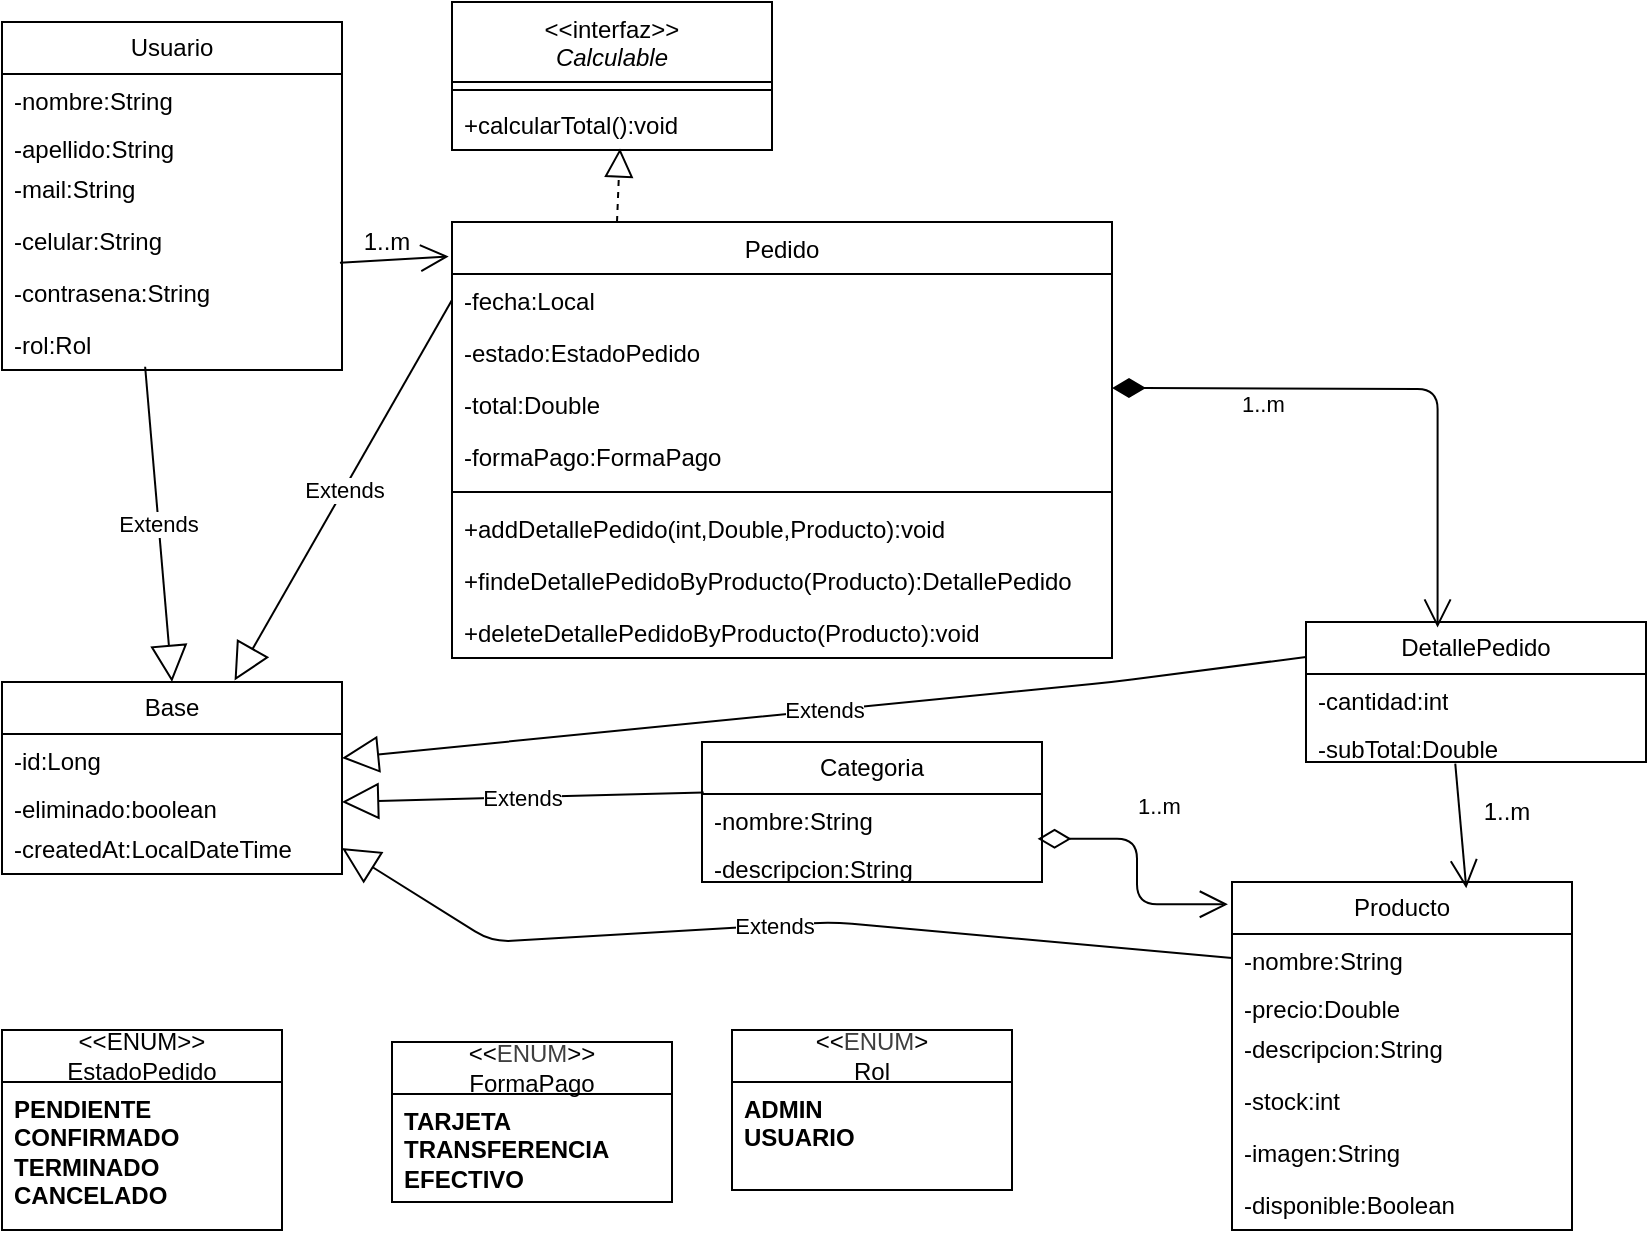
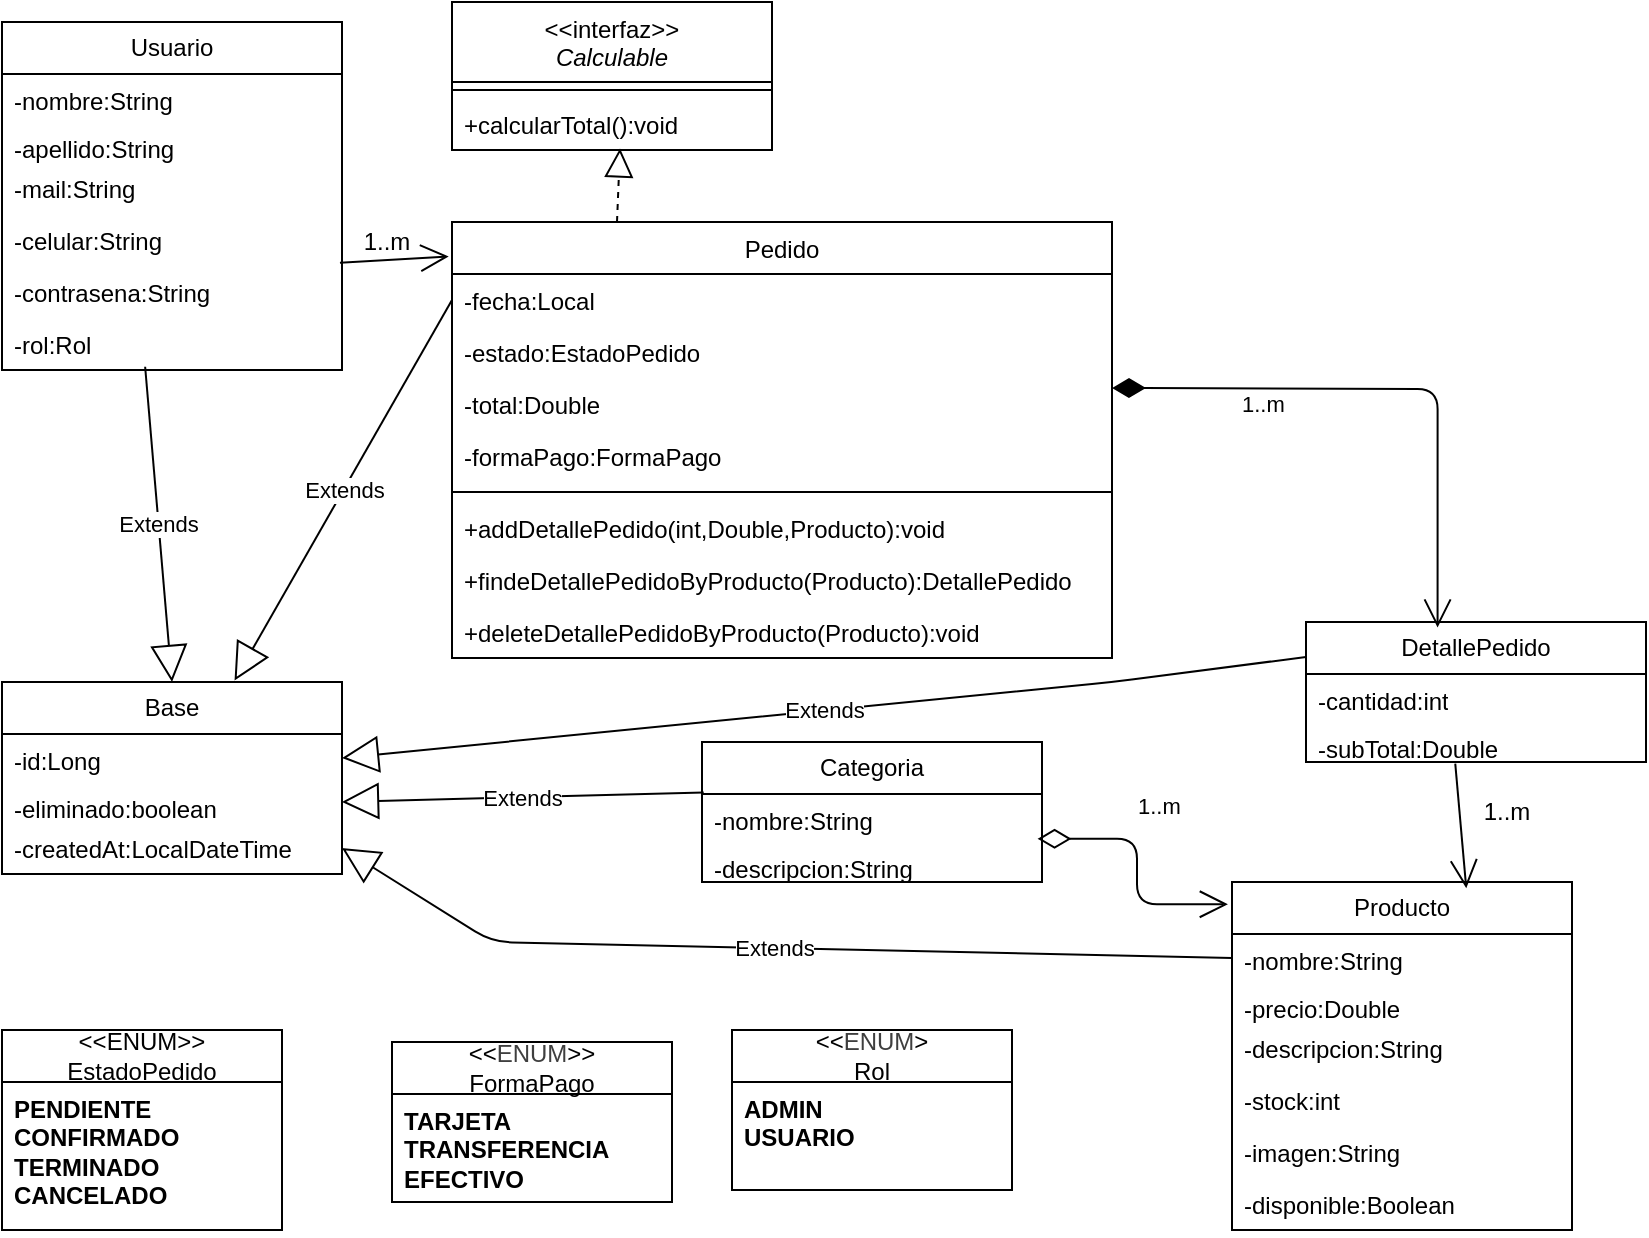
<mxfile host="65bd71144e">
    <diagram id="mtjpDt5A6dJDkVU9MITc" name="Página-1">
-         <mxGraphModel dx="1072" dy="563" grid="1" gridSize="10" guides="1" tooltips="1" connect="1" arrows="1" fold="1" page="1" pageScale="1" pageWidth="827" pageHeight="1169" math="0" shadow="0">
+         <mxGraphModel dx="913" dy="563" grid="1" gridSize="10" guides="1" tooltips="1" connect="1" arrows="1" fold="1" page="1" pageScale="1" pageWidth="827" pageHeight="1169" math="0" shadow="0">
            <root>
                <mxCell id="0"/>
                <mxCell id="1" parent="0"/>
-                 <mxCell id="5" value="&lt;div&gt;&amp;lt;&amp;lt;ENUM&amp;gt;&amp;gt;&lt;/div&gt;EstadoPedido" style="swimlane;fontStyle=0;childLayout=stackLayout;horizontal=1;startSize=26;fillColor=none;horizontalStack=0;resizeParent=1;resizeParentMax=0;resizeLast=0;collapsible=1;marginBottom=0;whiteSpace=wrap;html=1;" vertex="1" parent="1">
+                 <mxCell id="5" value="&lt;div&gt;&amp;lt;&amp;lt;ENUM&amp;gt;&amp;gt;&lt;/div&gt;EstadoPedido" style="swimlane;fontStyle=0;childLayout=stackLayout;horizontal=1;startSize=26;fillColor=none;horizontalStack=0;resizeParent=1;resizeParentMax=0;resizeLast=0;collapsible=1;marginBottom=0;whiteSpace=wrap;html=1;" parent="1" vertex="1">
                    <mxGeometry x="5" y="514" width="140" height="100" as="geometry"/>
                </mxCell>
-                 <mxCell id="6" value="&lt;b&gt;PENDIENTE&lt;/b&gt;&lt;div&gt;&lt;b&gt;CONFIRMADO&lt;/b&gt;&lt;/div&gt;&lt;div&gt;&lt;b&gt;TERMINADO&lt;/b&gt;&lt;/div&gt;&lt;div&gt;&lt;b&gt;CANCELADO&lt;/b&gt;&lt;/div&gt;" style="text;strokeColor=none;fillColor=none;align=left;verticalAlign=top;spacingLeft=4;spacingRight=4;overflow=hidden;rotatable=0;points=[[0,0.5],[1,0.5]];portConstraint=eastwest;whiteSpace=wrap;html=1;" vertex="1" parent="5">
+                 <mxCell id="6" value="&lt;b&gt;PENDIENTE&lt;/b&gt;&lt;div&gt;&lt;b&gt;CONFIRMADO&lt;/b&gt;&lt;/div&gt;&lt;div&gt;&lt;b&gt;TERMINADO&lt;/b&gt;&lt;/div&gt;&lt;div&gt;&lt;b&gt;CANCELADO&lt;/b&gt;&lt;/div&gt;" style="text;strokeColor=none;fillColor=none;align=left;verticalAlign=top;spacingLeft=4;spacingRight=4;overflow=hidden;rotatable=0;points=[[0,0.5],[1,0.5]];portConstraint=eastwest;whiteSpace=wrap;html=1;" parent="5" vertex="1">
                    <mxGeometry y="26" width="140" height="74" as="geometry"/>
                </mxCell>
-                 <mxCell id="9" value="&lt;div&gt;&amp;lt;&amp;lt;&lt;span style=&quot;color: rgb(63, 63, 63);&quot;&gt;ENUM&lt;/span&gt;&amp;gt;&amp;gt;&lt;/div&gt;FormaPago" style="swimlane;fontStyle=0;childLayout=stackLayout;horizontal=1;startSize=26;fillColor=none;horizontalStack=0;resizeParent=1;resizeParentMax=0;resizeLast=0;collapsible=1;marginBottom=0;whiteSpace=wrap;html=1;" vertex="1" parent="1">
+                 <mxCell id="9" value="&lt;div&gt;&amp;lt;&amp;lt;&lt;span style=&quot;color: rgb(63, 63, 63);&quot;&gt;ENUM&lt;/span&gt;&amp;gt;&amp;gt;&lt;/div&gt;FormaPago" style="swimlane;fontStyle=0;childLayout=stackLayout;horizontal=1;startSize=26;fillColor=none;horizontalStack=0;resizeParent=1;resizeParentMax=0;resizeLast=0;collapsible=1;marginBottom=0;whiteSpace=wrap;html=1;" parent="1" vertex="1">
                    <mxGeometry x="200" y="520" width="140" height="80" as="geometry"/>
                </mxCell>
-                 <mxCell id="10" value="&lt;b&gt;TARJETA&lt;/b&gt;&lt;div&gt;&lt;b&gt;TRANSFERENCIA&lt;/b&gt;&lt;/div&gt;&lt;div&gt;&lt;b&gt;EFECTIVO&lt;/b&gt;&lt;/div&gt;" style="text;strokeColor=none;fillColor=none;align=left;verticalAlign=top;spacingLeft=4;spacingRight=4;overflow=hidden;rotatable=0;points=[[0,0.5],[1,0.5]];portConstraint=eastwest;whiteSpace=wrap;html=1;" vertex="1" parent="9">
+                 <mxCell id="10" value="&lt;b&gt;TARJETA&lt;/b&gt;&lt;div&gt;&lt;b&gt;TRANSFERENCIA&lt;/b&gt;&lt;/div&gt;&lt;div&gt;&lt;b&gt;EFECTIVO&lt;/b&gt;&lt;/div&gt;" style="text;strokeColor=none;fillColor=none;align=left;verticalAlign=top;spacingLeft=4;spacingRight=4;overflow=hidden;rotatable=0;points=[[0,0.5],[1,0.5]];portConstraint=eastwest;whiteSpace=wrap;html=1;" parent="9" vertex="1">
                    <mxGeometry y="26" width="140" height="54" as="geometry"/>
                </mxCell>
-                 <mxCell id="11" value="&lt;div&gt;&amp;lt;&amp;lt;&lt;span style=&quot;color: rgb(63, 63, 63);&quot;&gt;ENUM&lt;/span&gt;&amp;gt;&lt;/div&gt;Rol" style="swimlane;fontStyle=0;childLayout=stackLayout;horizontal=1;startSize=26;fillColor=none;horizontalStack=0;resizeParent=1;resizeParentMax=0;resizeLast=0;collapsible=1;marginBottom=0;whiteSpace=wrap;html=1;" vertex="1" parent="1">
+                 <mxCell id="11" value="&lt;div&gt;&amp;lt;&amp;lt;&lt;span style=&quot;color: rgb(63, 63, 63);&quot;&gt;ENUM&lt;/span&gt;&amp;gt;&lt;/div&gt;Rol" style="swimlane;fontStyle=0;childLayout=stackLayout;horizontal=1;startSize=26;fillColor=none;horizontalStack=0;resizeParent=1;resizeParentMax=0;resizeLast=0;collapsible=1;marginBottom=0;whiteSpace=wrap;html=1;" parent="1" vertex="1">
                    <mxGeometry x="370" y="514" width="140" height="80" as="geometry"/>
                </mxCell>
-                 <mxCell id="12" value="&lt;b&gt;ADMIN&lt;/b&gt;&lt;div&gt;&lt;b&gt;USUARIO&lt;/b&gt;&lt;/div&gt;" style="text;strokeColor=none;fillColor=none;align=left;verticalAlign=top;spacingLeft=4;spacingRight=4;overflow=hidden;rotatable=0;points=[[0,0.5],[1,0.5]];portConstraint=eastwest;whiteSpace=wrap;html=1;" vertex="1" parent="11">
+                 <mxCell id="12" value="&lt;b&gt;ADMIN&lt;/b&gt;&lt;div&gt;&lt;b&gt;USUARIO&lt;/b&gt;&lt;/div&gt;" style="text;strokeColor=none;fillColor=none;align=left;verticalAlign=top;spacingLeft=4;spacingRight=4;overflow=hidden;rotatable=0;points=[[0,0.5],[1,0.5]];portConstraint=eastwest;whiteSpace=wrap;html=1;" parent="11" vertex="1">
                    <mxGeometry y="26" width="140" height="54" as="geometry"/>
                </mxCell>
-                 <mxCell id="14" value="&lt;div&gt;&lt;span style=&quot;font-weight: normal;&quot;&gt;&amp;lt;&amp;lt;interfaz&amp;gt;&amp;gt;&lt;/span&gt;&lt;/div&gt;&lt;span style=&quot;font-weight: normal;&quot;&gt;&lt;i&gt;Calculable&lt;/i&gt;&lt;/span&gt;" style="swimlane;fontStyle=1;align=center;verticalAlign=top;childLayout=stackLayout;horizontal=1;startSize=40;horizontalStack=0;resizeParent=1;resizeParentMax=0;resizeLast=0;collapsible=1;marginBottom=0;whiteSpace=wrap;html=1;" vertex="1" parent="1">
+                 <mxCell id="14" value="&lt;div&gt;&lt;span style=&quot;font-weight: normal;&quot;&gt;&amp;lt;&amp;lt;interfaz&amp;gt;&amp;gt;&lt;/span&gt;&lt;/div&gt;&lt;span style=&quot;font-weight: normal;&quot;&gt;&lt;i&gt;Calculable&lt;/i&gt;&lt;/span&gt;" style="swimlane;fontStyle=1;align=center;verticalAlign=top;childLayout=stackLayout;horizontal=1;startSize=40;horizontalStack=0;resizeParent=1;resizeParentMax=0;resizeLast=0;collapsible=1;marginBottom=0;whiteSpace=wrap;html=1;" parent="1" vertex="1">
                    <mxGeometry x="230" width="160" height="74" as="geometry"/>
                </mxCell>
-                 <mxCell id="16" value="" style="line;strokeWidth=1;fillColor=none;align=left;verticalAlign=middle;spacingTop=-1;spacingLeft=3;spacingRight=3;rotatable=0;labelPosition=right;points=[];portConstraint=eastwest;strokeColor=inherit;" vertex="1" parent="14">
+                 <mxCell id="16" value="" style="line;strokeWidth=1;fillColor=none;align=left;verticalAlign=middle;spacingTop=-1;spacingLeft=3;spacingRight=3;rotatable=0;labelPosition=right;points=[];portConstraint=eastwest;strokeColor=inherit;" parent="14" vertex="1">
                    <mxGeometry y="40" width="160" height="8" as="geometry"/>
                </mxCell>
-                 <mxCell id="17" value="+calcularTotal():void" style="text;strokeColor=none;fillColor=none;align=left;verticalAlign=top;spacingLeft=4;spacingRight=4;overflow=hidden;rotatable=0;points=[[0,0.5],[1,0.5]];portConstraint=eastwest;whiteSpace=wrap;html=1;" vertex="1" parent="14">
+                 <mxCell id="17" value="+calcularTotal():void" style="text;strokeColor=none;fillColor=none;align=left;verticalAlign=top;spacingLeft=4;spacingRight=4;overflow=hidden;rotatable=0;points=[[0,0.5],[1,0.5]];portConstraint=eastwest;whiteSpace=wrap;html=1;" parent="14" vertex="1">
                    <mxGeometry y="48" width="160" height="26" as="geometry"/>
                </mxCell>
-                 <mxCell id="18" value="Base" style="swimlane;fontStyle=0;childLayout=stackLayout;horizontal=1;startSize=26;fillColor=none;horizontalStack=0;resizeParent=1;resizeParentMax=0;resizeLast=0;collapsible=1;marginBottom=0;whiteSpace=wrap;html=1;" vertex="1" parent="1">
+                 <mxCell id="18" value="Base" style="swimlane;fontStyle=0;childLayout=stackLayout;horizontal=1;startSize=26;fillColor=none;horizontalStack=0;resizeParent=1;resizeParentMax=0;resizeLast=0;collapsible=1;marginBottom=0;whiteSpace=wrap;html=1;" parent="1" vertex="1">
                    <mxGeometry x="5" y="340" width="170" height="96" as="geometry"/>
                </mxCell>
-                 <mxCell id="19" value="-id:Long" style="text;strokeColor=none;fillColor=none;align=left;verticalAlign=top;spacingLeft=4;spacingRight=4;overflow=hidden;rotatable=0;points=[[0,0.5],[1,0.5]];portConstraint=eastwest;whiteSpace=wrap;html=1;" vertex="1" parent="18">
-                     <mxGeometry y="26" width="170" height="24" as="geometry"/>
-                 </mxCell>
-                 <mxCell id="20" value="-eliminado:boolean" style="text;strokeColor=none;fillColor=none;align=left;verticalAlign=top;spacingLeft=4;spacingRight=4;overflow=hidden;rotatable=0;points=[[0,0.5],[1,0.5]];portConstraint=eastwest;whiteSpace=wrap;html=1;" vertex="1" parent="18">
-                     <mxGeometry y="50" width="170" height="20" as="geometry"/>
-                 </mxCell>
-                 <mxCell id="21" value="-createdAt:LocalDateTime" style="text;strokeColor=none;fillColor=none;align=left;verticalAlign=top;spacingLeft=4;spacingRight=4;overflow=hidden;rotatable=0;points=[[0,0.5],[1,0.5]];portConstraint=eastwest;whiteSpace=wrap;html=1;" vertex="1" parent="18">
+                 <mxCell id="19" value="-id:Long" style="text;strokeColor=none;fillColor=none;align=left;verticalAlign=top;spacingLeft=4;spacingRight=4;overflow=hidden;rotatable=0;points=[[0,0.5],[1,0.5]];portConstraint=eastwest;whiteSpace=wrap;html=1;" parent="18" vertex="1">
+                     <mxGeometry y="26" width="170" height="24" as="geometry"/>
+                 </mxCell>
+                 <mxCell id="20" value="-eliminado:boolean" style="text;strokeColor=none;fillColor=none;align=left;verticalAlign=top;spacingLeft=4;spacingRight=4;overflow=hidden;rotatable=0;points=[[0,0.5],[1,0.5]];portConstraint=eastwest;whiteSpace=wrap;html=1;" parent="18" vertex="1">
+                     <mxGeometry y="50" width="170" height="20" as="geometry"/>
+                 </mxCell>
+                 <mxCell id="21" value="-createdAt:LocalDateTime" style="text;strokeColor=none;fillColor=none;align=left;verticalAlign=top;spacingLeft=4;spacingRight=4;overflow=hidden;rotatable=0;points=[[0,0.5],[1,0.5]];portConstraint=eastwest;whiteSpace=wrap;html=1;" parent="18" vertex="1">
                    <mxGeometry y="70" width="170" height="26" as="geometry"/>
                </mxCell>
-                 <mxCell id="22" value="Categoria" style="swimlane;fontStyle=0;childLayout=stackLayout;horizontal=1;startSize=26;fillColor=none;horizontalStack=0;resizeParent=1;resizeParentMax=0;resizeLast=0;collapsible=1;marginBottom=0;whiteSpace=wrap;html=1;" vertex="1" parent="1">
+                 <mxCell id="22" value="Categoria" style="swimlane;fontStyle=0;childLayout=stackLayout;horizontal=1;startSize=26;fillColor=none;horizontalStack=0;resizeParent=1;resizeParentMax=0;resizeLast=0;collapsible=1;marginBottom=0;whiteSpace=wrap;html=1;" parent="1" vertex="1">
                    <mxGeometry x="355" y="370" width="170" height="70" as="geometry"/>
                </mxCell>
-                 <mxCell id="23" value="-nombre:String" style="text;strokeColor=none;fillColor=none;align=left;verticalAlign=top;spacingLeft=4;spacingRight=4;overflow=hidden;rotatable=0;points=[[0,0.5],[1,0.5]];portConstraint=eastwest;whiteSpace=wrap;html=1;" vertex="1" parent="22">
-                     <mxGeometry y="26" width="170" height="24" as="geometry"/>
-                 </mxCell>
-                 <mxCell id="24" value="-descripcion:String" style="text;strokeColor=none;fillColor=none;align=left;verticalAlign=top;spacingLeft=4;spacingRight=4;overflow=hidden;rotatable=0;points=[[0,0.5],[1,0.5]];portConstraint=eastwest;whiteSpace=wrap;html=1;" vertex="1" parent="22">
-                     <mxGeometry y="50" width="170" height="20" as="geometry"/>
-                 </mxCell>
-                 <mxCell id="26" value="Usuario" style="swimlane;fontStyle=0;childLayout=stackLayout;horizontal=1;startSize=26;fillColor=none;horizontalStack=0;resizeParent=1;resizeParentMax=0;resizeLast=0;collapsible=1;marginBottom=0;whiteSpace=wrap;html=1;" vertex="1" parent="1">
+                 <mxCell id="23" value="-nombre:String" style="text;strokeColor=none;fillColor=none;align=left;verticalAlign=top;spacingLeft=4;spacingRight=4;overflow=hidden;rotatable=0;points=[[0,0.5],[1,0.5]];portConstraint=eastwest;whiteSpace=wrap;html=1;" parent="22" vertex="1">
+                     <mxGeometry y="26" width="170" height="24" as="geometry"/>
+                 </mxCell>
+                 <mxCell id="24" value="-descripcion:String" style="text;strokeColor=none;fillColor=none;align=left;verticalAlign=top;spacingLeft=4;spacingRight=4;overflow=hidden;rotatable=0;points=[[0,0.5],[1,0.5]];portConstraint=eastwest;whiteSpace=wrap;html=1;" parent="22" vertex="1">
+                     <mxGeometry y="50" width="170" height="20" as="geometry"/>
+                 </mxCell>
+                 <mxCell id="26" value="Usuario" style="swimlane;fontStyle=0;childLayout=stackLayout;horizontal=1;startSize=26;fillColor=none;horizontalStack=0;resizeParent=1;resizeParentMax=0;resizeLast=0;collapsible=1;marginBottom=0;whiteSpace=wrap;html=1;" parent="1" vertex="1">
                    <mxGeometry x="5" y="10" width="170" height="174" as="geometry"/>
                </mxCell>
-                 <mxCell id="27" value="-nombre:String" style="text;strokeColor=none;fillColor=none;align=left;verticalAlign=top;spacingLeft=4;spacingRight=4;overflow=hidden;rotatable=0;points=[[0,0.5],[1,0.5]];portConstraint=eastwest;whiteSpace=wrap;html=1;" vertex="1" parent="26">
-                     <mxGeometry y="26" width="170" height="24" as="geometry"/>
-                 </mxCell>
-                 <mxCell id="28" value="-apellido:String" style="text;strokeColor=none;fillColor=none;align=left;verticalAlign=top;spacingLeft=4;spacingRight=4;overflow=hidden;rotatable=0;points=[[0,0.5],[1,0.5]];portConstraint=eastwest;whiteSpace=wrap;html=1;" vertex="1" parent="26">
-                     <mxGeometry y="50" width="170" height="20" as="geometry"/>
-                 </mxCell>
-                 <mxCell id="29" value="-mail:String" style="text;strokeColor=none;fillColor=none;align=left;verticalAlign=top;spacingLeft=4;spacingRight=4;overflow=hidden;rotatable=0;points=[[0,0.5],[1,0.5]];portConstraint=eastwest;whiteSpace=wrap;html=1;" vertex="1" parent="26">
+                 <mxCell id="27" value="-nombre:String" style="text;strokeColor=none;fillColor=none;align=left;verticalAlign=top;spacingLeft=4;spacingRight=4;overflow=hidden;rotatable=0;points=[[0,0.5],[1,0.5]];portConstraint=eastwest;whiteSpace=wrap;html=1;" parent="26" vertex="1">
+                     <mxGeometry y="26" width="170" height="24" as="geometry"/>
+                 </mxCell>
+                 <mxCell id="28" value="-apellido:String" style="text;strokeColor=none;fillColor=none;align=left;verticalAlign=top;spacingLeft=4;spacingRight=4;overflow=hidden;rotatable=0;points=[[0,0.5],[1,0.5]];portConstraint=eastwest;whiteSpace=wrap;html=1;" parent="26" vertex="1">
+                     <mxGeometry y="50" width="170" height="20" as="geometry"/>
+                 </mxCell>
+                 <mxCell id="29" value="-mail:String" style="text;strokeColor=none;fillColor=none;align=left;verticalAlign=top;spacingLeft=4;spacingRight=4;overflow=hidden;rotatable=0;points=[[0,0.5],[1,0.5]];portConstraint=eastwest;whiteSpace=wrap;html=1;" parent="26" vertex="1">
                    <mxGeometry y="70" width="170" height="26" as="geometry"/>
                </mxCell>
-                 <mxCell id="30" value="-celular:String" style="text;strokeColor=none;fillColor=none;align=left;verticalAlign=top;spacingLeft=4;spacingRight=4;overflow=hidden;rotatable=0;points=[[0,0.5],[1,0.5]];portConstraint=eastwest;whiteSpace=wrap;html=1;" vertex="1" parent="26">
+                 <mxCell id="30" value="-celular:String" style="text;strokeColor=none;fillColor=none;align=left;verticalAlign=top;spacingLeft=4;spacingRight=4;overflow=hidden;rotatable=0;points=[[0,0.5],[1,0.5]];portConstraint=eastwest;whiteSpace=wrap;html=1;" parent="26" vertex="1">
                    <mxGeometry y="96" width="170" height="26" as="geometry"/>
                </mxCell>
-                 <mxCell id="31" value="-contrasena:String" style="text;strokeColor=none;fillColor=none;align=left;verticalAlign=top;spacingLeft=4;spacingRight=4;overflow=hidden;rotatable=0;points=[[0,0.5],[1,0.5]];portConstraint=eastwest;whiteSpace=wrap;html=1;" vertex="1" parent="26">
+                 <mxCell id="31" value="-contrasena:String" style="text;strokeColor=none;fillColor=none;align=left;verticalAlign=top;spacingLeft=4;spacingRight=4;overflow=hidden;rotatable=0;points=[[0,0.5],[1,0.5]];portConstraint=eastwest;whiteSpace=wrap;html=1;" parent="26" vertex="1">
                    <mxGeometry y="122" width="170" height="26" as="geometry"/>
                </mxCell>
-                 <mxCell id="32" value="-rol:Rol" style="text;strokeColor=none;fillColor=none;align=left;verticalAlign=top;spacingLeft=4;spacingRight=4;overflow=hidden;rotatable=0;points=[[0,0.5],[1,0.5]];portConstraint=eastwest;whiteSpace=wrap;html=1;" vertex="1" parent="26">
+                 <mxCell id="32" value="-rol:Rol" style="text;strokeColor=none;fillColor=none;align=left;verticalAlign=top;spacingLeft=4;spacingRight=4;overflow=hidden;rotatable=0;points=[[0,0.5],[1,0.5]];portConstraint=eastwest;whiteSpace=wrap;html=1;" parent="26" vertex="1">
                    <mxGeometry y="148" width="170" height="26" as="geometry"/>
                </mxCell>
-                 <mxCell id="33" value="Producto" style="swimlane;fontStyle=0;childLayout=stackLayout;horizontal=1;startSize=26;fillColor=none;horizontalStack=0;resizeParent=1;resizeParentMax=0;resizeLast=0;collapsible=1;marginBottom=0;whiteSpace=wrap;html=1;" vertex="1" parent="1">
+                 <mxCell id="33" value="Producto" style="swimlane;fontStyle=0;childLayout=stackLayout;horizontal=1;startSize=26;fillColor=none;horizontalStack=0;resizeParent=1;resizeParentMax=0;resizeLast=0;collapsible=1;marginBottom=0;whiteSpace=wrap;html=1;" parent="1" vertex="1">
                    <mxGeometry x="620" y="440" width="170" height="174" as="geometry"/>
                </mxCell>
-                 <mxCell id="34" value="-nombre:String" style="text;strokeColor=none;fillColor=none;align=left;verticalAlign=top;spacingLeft=4;spacingRight=4;overflow=hidden;rotatable=0;points=[[0,0.5],[1,0.5]];portConstraint=eastwest;whiteSpace=wrap;html=1;" vertex="1" parent="33">
-                     <mxGeometry y="26" width="170" height="24" as="geometry"/>
-                 </mxCell>
-                 <mxCell id="35" value="-precio:Double" style="text;strokeColor=none;fillColor=none;align=left;verticalAlign=top;spacingLeft=4;spacingRight=4;overflow=hidden;rotatable=0;points=[[0,0.5],[1,0.5]];portConstraint=eastwest;whiteSpace=wrap;html=1;" vertex="1" parent="33">
-                     <mxGeometry y="50" width="170" height="20" as="geometry"/>
-                 </mxCell>
-                 <mxCell id="36" value="-descripcion:String" style="text;strokeColor=none;fillColor=none;align=left;verticalAlign=top;spacingLeft=4;spacingRight=4;overflow=hidden;rotatable=0;points=[[0,0.5],[1,0.5]];portConstraint=eastwest;whiteSpace=wrap;html=1;" vertex="1" parent="33">
+                 <mxCell id="34" value="-nombre:String" style="text;strokeColor=none;fillColor=none;align=left;verticalAlign=top;spacingLeft=4;spacingRight=4;overflow=hidden;rotatable=0;points=[[0,0.5],[1,0.5]];portConstraint=eastwest;whiteSpace=wrap;html=1;" parent="33" vertex="1">
+                     <mxGeometry y="26" width="170" height="24" as="geometry"/>
+                 </mxCell>
+                 <mxCell id="35" value="-precio:Double" style="text;strokeColor=none;fillColor=none;align=left;verticalAlign=top;spacingLeft=4;spacingRight=4;overflow=hidden;rotatable=0;points=[[0,0.5],[1,0.5]];portConstraint=eastwest;whiteSpace=wrap;html=1;" parent="33" vertex="1">
+                     <mxGeometry y="50" width="170" height="20" as="geometry"/>
+                 </mxCell>
+                 <mxCell id="36" value="-descripcion:String" style="text;strokeColor=none;fillColor=none;align=left;verticalAlign=top;spacingLeft=4;spacingRight=4;overflow=hidden;rotatable=0;points=[[0,0.5],[1,0.5]];portConstraint=eastwest;whiteSpace=wrap;html=1;" parent="33" vertex="1">
                    <mxGeometry y="70" width="170" height="26" as="geometry"/>
                </mxCell>
-                 <mxCell id="37" value="-stock:int" style="text;strokeColor=none;fillColor=none;align=left;verticalAlign=top;spacingLeft=4;spacingRight=4;overflow=hidden;rotatable=0;points=[[0,0.5],[1,0.5]];portConstraint=eastwest;whiteSpace=wrap;html=1;" vertex="1" parent="33">
+                 <mxCell id="37" value="-stock:int" style="text;strokeColor=none;fillColor=none;align=left;verticalAlign=top;spacingLeft=4;spacingRight=4;overflow=hidden;rotatable=0;points=[[0,0.5],[1,0.5]];portConstraint=eastwest;whiteSpace=wrap;html=1;" parent="33" vertex="1">
                    <mxGeometry y="96" width="170" height="26" as="geometry"/>
                </mxCell>
-                 <mxCell id="38" value="-imagen:String" style="text;strokeColor=none;fillColor=none;align=left;verticalAlign=top;spacingLeft=4;spacingRight=4;overflow=hidden;rotatable=0;points=[[0,0.5],[1,0.5]];portConstraint=eastwest;whiteSpace=wrap;html=1;" vertex="1" parent="33">
+                 <mxCell id="38" value="-imagen:String" style="text;strokeColor=none;fillColor=none;align=left;verticalAlign=top;spacingLeft=4;spacingRight=4;overflow=hidden;rotatable=0;points=[[0,0.5],[1,0.5]];portConstraint=eastwest;whiteSpace=wrap;html=1;" parent="33" vertex="1">
                    <mxGeometry y="122" width="170" height="26" as="geometry"/>
                </mxCell>
-                 <mxCell id="39" value="-disponible:Boolean" style="text;strokeColor=none;fillColor=none;align=left;verticalAlign=top;spacingLeft=4;spacingRight=4;overflow=hidden;rotatable=0;points=[[0,0.5],[1,0.5]];portConstraint=eastwest;whiteSpace=wrap;html=1;" vertex="1" parent="33">
+                 <mxCell id="39" value="-disponible:Boolean" style="text;strokeColor=none;fillColor=none;align=left;verticalAlign=top;spacingLeft=4;spacingRight=4;overflow=hidden;rotatable=0;points=[[0,0.5],[1,0.5]];portConstraint=eastwest;whiteSpace=wrap;html=1;" parent="33" vertex="1">
                    <mxGeometry y="148" width="170" height="26" as="geometry"/>
                </mxCell>
-                 <mxCell id="42" value="DetallePedido" style="swimlane;fontStyle=0;childLayout=stackLayout;horizontal=1;startSize=26;fillColor=none;horizontalStack=0;resizeParent=1;resizeParentMax=0;resizeLast=0;collapsible=1;marginBottom=0;whiteSpace=wrap;html=1;" vertex="1" parent="1">
+                 <mxCell id="42" value="DetallePedido" style="swimlane;fontStyle=0;childLayout=stackLayout;horizontal=1;startSize=26;fillColor=none;horizontalStack=0;resizeParent=1;resizeParentMax=0;resizeLast=0;collapsible=1;marginBottom=0;whiteSpace=wrap;html=1;" parent="1" vertex="1">
                    <mxGeometry x="657" y="310" width="170" height="70" as="geometry"/>
                </mxCell>
-                 <mxCell id="43" value="-cantidad:int" style="text;strokeColor=none;fillColor=none;align=left;verticalAlign=top;spacingLeft=4;spacingRight=4;overflow=hidden;rotatable=0;points=[[0,0.5],[1,0.5]];portConstraint=eastwest;whiteSpace=wrap;html=1;" vertex="1" parent="42">
-                     <mxGeometry y="26" width="170" height="24" as="geometry"/>
-                 </mxCell>
-                 <mxCell id="44" value="-subTotal:Double" style="text;strokeColor=none;fillColor=none;align=left;verticalAlign=top;spacingLeft=4;spacingRight=4;overflow=hidden;rotatable=0;points=[[0,0.5],[1,0.5]];portConstraint=eastwest;whiteSpace=wrap;html=1;" vertex="1" parent="42">
-                     <mxGeometry y="50" width="170" height="20" as="geometry"/>
-                 </mxCell>
-                 <mxCell id="52" value="&lt;span style=&quot;font-weight: normal;&quot;&gt;Pedido&lt;/span&gt;" style="swimlane;fontStyle=1;align=center;verticalAlign=top;childLayout=stackLayout;horizontal=1;startSize=26;horizontalStack=0;resizeParent=1;resizeParentMax=0;resizeLast=0;collapsible=1;marginBottom=0;whiteSpace=wrap;html=1;" vertex="1" parent="1">
+                 <mxCell id="43" value="-cantidad:int" style="text;strokeColor=none;fillColor=none;align=left;verticalAlign=top;spacingLeft=4;spacingRight=4;overflow=hidden;rotatable=0;points=[[0,0.5],[1,0.5]];portConstraint=eastwest;whiteSpace=wrap;html=1;" parent="42" vertex="1">
+                     <mxGeometry y="26" width="170" height="24" as="geometry"/>
+                 </mxCell>
+                 <mxCell id="44" value="-subTotal:Double" style="text;strokeColor=none;fillColor=none;align=left;verticalAlign=top;spacingLeft=4;spacingRight=4;overflow=hidden;rotatable=0;points=[[0,0.5],[1,0.5]];portConstraint=eastwest;whiteSpace=wrap;html=1;" parent="42" vertex="1">
+                     <mxGeometry y="50" width="170" height="20" as="geometry"/>
+                 </mxCell>
+                 <mxCell id="52" value="&lt;span style=&quot;font-weight: normal;&quot;&gt;Pedido&lt;/span&gt;" style="swimlane;fontStyle=1;align=center;verticalAlign=top;childLayout=stackLayout;horizontal=1;startSize=26;horizontalStack=0;resizeParent=1;resizeParentMax=0;resizeLast=0;collapsible=1;marginBottom=0;whiteSpace=wrap;html=1;" parent="1" vertex="1">
                    <mxGeometry x="230" y="110" width="330" height="218" as="geometry"/>
                </mxCell>
-                 <mxCell id="53" value="-fecha:Local" style="text;strokeColor=none;fillColor=none;align=left;verticalAlign=top;spacingLeft=4;spacingRight=4;overflow=hidden;rotatable=0;points=[[0,0.5],[1,0.5]];portConstraint=eastwest;whiteSpace=wrap;html=1;" vertex="1" parent="52">
+                 <mxCell id="53" value="-fecha:Local" style="text;strokeColor=none;fillColor=none;align=left;verticalAlign=top;spacingLeft=4;spacingRight=4;overflow=hidden;rotatable=0;points=[[0,0.5],[1,0.5]];portConstraint=eastwest;whiteSpace=wrap;html=1;" parent="52" vertex="1">
                    <mxGeometry y="26" width="330" height="26" as="geometry"/>
                </mxCell>
-                 <mxCell id="58" value="-estado:EstadoPedido" style="text;strokeColor=none;fillColor=none;align=left;verticalAlign=top;spacingLeft=4;spacingRight=4;overflow=hidden;rotatable=0;points=[[0,0.5],[1,0.5]];portConstraint=eastwest;whiteSpace=wrap;html=1;" vertex="1" parent="52">
+                 <mxCell id="58" value="-estado:EstadoPedido" style="text;strokeColor=none;fillColor=none;align=left;verticalAlign=top;spacingLeft=4;spacingRight=4;overflow=hidden;rotatable=0;points=[[0,0.5],[1,0.5]];portConstraint=eastwest;whiteSpace=wrap;html=1;" parent="52" vertex="1">
                    <mxGeometry y="52" width="330" height="26" as="geometry"/>
                </mxCell>
-                 <mxCell id="59" value="-total:Double" style="text;strokeColor=none;fillColor=none;align=left;verticalAlign=top;spacingLeft=4;spacingRight=4;overflow=hidden;rotatable=0;points=[[0,0.5],[1,0.5]];portConstraint=eastwest;whiteSpace=wrap;html=1;" vertex="1" parent="52">
+                 <mxCell id="59" value="-total:Double" style="text;strokeColor=none;fillColor=none;align=left;verticalAlign=top;spacingLeft=4;spacingRight=4;overflow=hidden;rotatable=0;points=[[0,0.5],[1,0.5]];portConstraint=eastwest;whiteSpace=wrap;html=1;" parent="52" vertex="1">
                    <mxGeometry y="78" width="330" height="26" as="geometry"/>
                </mxCell>
-                 <mxCell id="60" value="-formaPago:FormaPago" style="text;strokeColor=none;fillColor=none;align=left;verticalAlign=top;spacingLeft=4;spacingRight=4;overflow=hidden;rotatable=0;points=[[0,0.5],[1,0.5]];portConstraint=eastwest;whiteSpace=wrap;html=1;" vertex="1" parent="52">
+                 <mxCell id="60" value="-formaPago:FormaPago" style="text;strokeColor=none;fillColor=none;align=left;verticalAlign=top;spacingLeft=4;spacingRight=4;overflow=hidden;rotatable=0;points=[[0,0.5],[1,0.5]];portConstraint=eastwest;whiteSpace=wrap;html=1;" parent="52" vertex="1">
                    <mxGeometry y="104" width="330" height="26" as="geometry"/>
                </mxCell>
-                 <mxCell id="54" value="" style="line;strokeWidth=1;fillColor=none;align=left;verticalAlign=middle;spacingTop=-1;spacingLeft=3;spacingRight=3;rotatable=0;labelPosition=right;points=[];portConstraint=eastwest;strokeColor=inherit;" vertex="1" parent="52">
+                 <mxCell id="54" value="" style="line;strokeWidth=1;fillColor=none;align=left;verticalAlign=middle;spacingTop=-1;spacingLeft=3;spacingRight=3;rotatable=0;labelPosition=right;points=[];portConstraint=eastwest;strokeColor=inherit;" parent="52" vertex="1">
                    <mxGeometry y="130" width="330" height="10" as="geometry"/>
                </mxCell>
-                 <mxCell id="55" value="+addDetallePedido(int,Double,Producto):void" style="text;strokeColor=none;fillColor=none;align=left;verticalAlign=top;spacingLeft=4;spacingRight=4;overflow=hidden;rotatable=0;points=[[0,0.5],[1,0.5]];portConstraint=eastwest;whiteSpace=wrap;html=1;" vertex="1" parent="52">
+                 <mxCell id="55" value="+addDetallePedido(int,Double,Producto):void" style="text;strokeColor=none;fillColor=none;align=left;verticalAlign=top;spacingLeft=4;spacingRight=4;overflow=hidden;rotatable=0;points=[[0,0.5],[1,0.5]];portConstraint=eastwest;whiteSpace=wrap;html=1;" parent="52" vertex="1">
                    <mxGeometry y="140" width="330" height="26" as="geometry"/>
                </mxCell>
-                 <mxCell id="56" value="+findeDetallePedidoByProducto(Producto):DetallePedido" style="text;strokeColor=none;fillColor=none;align=left;verticalAlign=top;spacingLeft=4;spacingRight=4;overflow=hidden;rotatable=0;points=[[0,0.5],[1,0.5]];portConstraint=eastwest;whiteSpace=wrap;html=1;" vertex="1" parent="52">
+                 <mxCell id="56" value="+findeDetallePedidoByProducto(Producto):DetallePedido" style="text;strokeColor=none;fillColor=none;align=left;verticalAlign=top;spacingLeft=4;spacingRight=4;overflow=hidden;rotatable=0;points=[[0,0.5],[1,0.5]];portConstraint=eastwest;whiteSpace=wrap;html=1;" parent="52" vertex="1">
                    <mxGeometry y="166" width="330" height="26" as="geometry"/>
                </mxCell>
-                 <mxCell id="57" value="+deleteDetallePedidoByProducto(Producto):void" style="text;strokeColor=none;fillColor=none;align=left;verticalAlign=top;spacingLeft=4;spacingRight=4;overflow=hidden;rotatable=0;points=[[0,0.5],[1,0.5]];portConstraint=eastwest;whiteSpace=wrap;html=1;" vertex="1" parent="52">
+                 <mxCell id="57" value="+deleteDetallePedidoByProducto(Producto):void" style="text;strokeColor=none;fillColor=none;align=left;verticalAlign=top;spacingLeft=4;spacingRight=4;overflow=hidden;rotatable=0;points=[[0,0.5],[1,0.5]];portConstraint=eastwest;whiteSpace=wrap;html=1;" parent="52" vertex="1">
                    <mxGeometry y="192" width="330" height="26" as="geometry"/>
                </mxCell>
-                 <mxCell id="61" value="Extends" style="endArrow=block;endSize=16;endFill=0;html=1;exitX=0.005;exitY=0.36;exitDx=0;exitDy=0;entryX=1;entryY=0.5;entryDx=0;entryDy=0;exitPerimeter=0;" edge="1" parent="1" source="22" target="20">
+                 <mxCell id="61" value="Extends" style="endArrow=block;endSize=16;endFill=0;html=1;exitX=0.005;exitY=0.36;exitDx=0;exitDy=0;entryX=1;entryY=0.5;entryDx=0;entryDy=0;exitPerimeter=0;" parent="1" source="22" target="20" edge="1">
                    <mxGeometry width="160" relative="1" as="geometry">
                        <mxPoint x="330" y="290" as="sourcePoint"/>
                        <mxPoint x="490" y="290" as="targetPoint"/>
                    </mxGeometry>
                </mxCell>
-                 <mxCell id="63" value="Extends" style="endArrow=block;endSize=16;endFill=0;html=1;exitX=0;exitY=0.25;exitDx=0;exitDy=0;entryX=1;entryY=0.5;entryDx=0;entryDy=0;" edge="1" parent="1" source="42" target="19">
+                 <mxCell id="63" value="Extends" style="endArrow=block;endSize=16;endFill=0;html=1;exitX=0;exitY=0.25;exitDx=0;exitDy=0;entryX=1;entryY=0.5;entryDx=0;entryDy=0;" parent="1" source="42" target="19" edge="1">
                    <mxGeometry width="160" relative="1" as="geometry">
                        <mxPoint x="280" y="414" as="sourcePoint"/>
                        <mxPoint x="185" y="410" as="targetPoint"/>
                        <Array as="points">
                            <mxPoint x="560" y="340"/>
                        </Array>
                    </mxGeometry>
                </mxCell>
-                 <mxCell id="66" value="Extends" style="endArrow=block;endSize=16;endFill=0;html=1;exitX=0;exitY=0.5;exitDx=0;exitDy=0;entryX=1;entryY=0.5;entryDx=0;entryDy=0;" edge="1" parent="1" source="34" target="21">
+                 <mxCell id="66" value="Extends" style="endArrow=block;endSize=16;endFill=0;html=1;exitX=0;exitY=0.5;exitDx=0;exitDy=0;entryX=1;entryY=0.5;entryDx=0;entryDy=0;" parent="1" source="34" target="21" edge="1">
                    <mxGeometry width="160" relative="1" as="geometry">
                        <mxPoint x="630" y="216" as="sourcePoint"/>
                        <mxPoint x="185" y="388" as="targetPoint"/>
                        <Array as="points">
-                             <mxPoint x="420" y="460"/>
                            <mxPoint x="250" y="470"/>
                        </Array>
                    </mxGeometry>
                </mxCell>
-                 <mxCell id="67" value="Extends" style="endArrow=block;endSize=16;endFill=0;html=1;exitX=0.421;exitY=0.938;exitDx=0;exitDy=0;entryX=0.5;entryY=0;entryDx=0;entryDy=0;exitPerimeter=0;" edge="1" parent="1" source="32" target="18">
+                 <mxCell id="67" value="Extends" style="endArrow=block;endSize=16;endFill=0;html=1;exitX=0.421;exitY=0.938;exitDx=0;exitDy=0;entryX=0.5;entryY=0;entryDx=0;entryDy=0;exitPerimeter=0;" parent="1" source="32" target="18" edge="1">
                    <mxGeometry width="160" relative="1" as="geometry">
                        <mxPoint x="281" y="415" as="sourcePoint"/>
                        <mxPoint x="185" y="410" as="targetPoint"/>
                    </mxGeometry>
                </mxCell>
-                 <mxCell id="68" value="Extends" style="endArrow=block;endSize=16;endFill=0;html=1;exitX=0;exitY=0.5;exitDx=0;exitDy=0;entryX=0.684;entryY=-0.008;entryDx=0;entryDy=0;entryPerimeter=0;" edge="1" parent="1" source="53" target="18">
+                 <mxCell id="68" value="Extends" style="endArrow=block;endSize=16;endFill=0;html=1;exitX=0;exitY=0.5;exitDx=0;exitDy=0;entryX=0.684;entryY=-0.008;entryDx=0;entryDy=0;entryPerimeter=0;" parent="1" source="53" target="18" edge="1">
                    <mxGeometry width="160" relative="1" as="geometry">
                        <mxPoint x="102" y="196" as="sourcePoint"/>
                        <mxPoint x="100" y="350" as="targetPoint"/>
                    </mxGeometry>
                </mxCell>
-                 <mxCell id="72" value="1..m" style="endArrow=open;html=1;endSize=12;startArrow=diamondThin;startSize=14;startFill=0;edgeStyle=orthogonalEdgeStyle;align=left;verticalAlign=bottom;exitX=0.987;exitY=-0.08;exitDx=0;exitDy=0;exitPerimeter=0;entryX=-0.012;entryY=0.064;entryDx=0;entryDy=0;entryPerimeter=0;" edge="1" parent="1" source="24" target="33">
+                 <mxCell id="72" value="1..m" style="endArrow=open;html=1;endSize=12;startArrow=diamondThin;startSize=14;startFill=0;edgeStyle=orthogonalEdgeStyle;align=left;verticalAlign=bottom;exitX=0.987;exitY=-0.08;exitDx=0;exitDy=0;exitPerimeter=0;entryX=-0.012;entryY=0.064;entryDx=0;entryDy=0;entryPerimeter=0;" parent="1" source="24" target="33" edge="1">
                    <mxGeometry x="-0.2534" y="7" relative="1" as="geometry">
                        <mxPoint x="330" y="390" as="sourcePoint"/>
                        <mxPoint x="490" y="390" as="targetPoint"/>
                        <mxPoint x="1" as="offset"/>
                    </mxGeometry>
                </mxCell>
-                 <mxCell id="73" value="" style="endArrow=open;endFill=1;endSize=12;html=1;exitX=0.439;exitY=1.04;exitDx=0;exitDy=0;exitPerimeter=0;entryX=0.689;entryY=0.018;entryDx=0;entryDy=0;entryPerimeter=0;" edge="1" parent="1" source="44" target="33">
+                 <mxCell id="73" value="" style="endArrow=open;endFill=1;endSize=12;html=1;exitX=0.439;exitY=1.04;exitDx=0;exitDy=0;exitPerimeter=0;entryX=0.689;entryY=0.018;entryDx=0;entryDy=0;entryPerimeter=0;" parent="1" source="44" target="33" edge="1">
                    <mxGeometry width="160" relative="1" as="geometry">
                        <mxPoint x="330" y="390" as="sourcePoint"/>
                        <mxPoint x="748" y="430" as="targetPoint"/>
                    </mxGeometry>
                </mxCell>
-                 <mxCell id="74" value="1..m" style="text;strokeColor=none;align=center;fillColor=none;html=1;verticalAlign=middle;whiteSpace=wrap;rounded=0;" vertex="1" parent="1">
+                 <mxCell id="74" value="1..m" style="text;strokeColor=none;align=center;fillColor=none;html=1;verticalAlign=middle;whiteSpace=wrap;rounded=0;" parent="1" vertex="1">
                    <mxGeometry x="740" y="395" width="35" height="20" as="geometry"/>
                </mxCell>
-                 <mxCell id="76" value="1..m" style="endArrow=open;html=1;endSize=12;startArrow=diamondThin;startSize=14;startFill=1;edgeStyle=orthogonalEdgeStyle;align=left;verticalAlign=bottom;exitX=1;exitY=0.5;exitDx=0;exitDy=0;entryX=0.387;entryY=0.04;entryDx=0;entryDy=0;entryPerimeter=0;" edge="1" parent="1" target="42">
+                 <mxCell id="76" value="1..m" style="endArrow=open;html=1;endSize=12;startArrow=diamondThin;startSize=14;startFill=1;edgeStyle=orthogonalEdgeStyle;align=left;verticalAlign=bottom;exitX=1;exitY=0.5;exitDx=0;exitDy=0;entryX=0.387;entryY=0.04;entryDx=0;entryDy=0;entryPerimeter=0;" parent="1" target="42" edge="1">
                    <mxGeometry x="-0.5537" y="-17" relative="1" as="geometry">
                        <mxPoint x="560" y="193" as="sourcePoint"/>
                        <mxPoint x="720.0699999999999" y="302" as="targetPoint"/>
                        <mxPoint as="offset"/>
                    </mxGeometry>
                </mxCell>
-                 <mxCell id="78" value="" style="endArrow=block;dashed=1;endFill=0;endSize=12;html=1;exitX=0.25;exitY=0;exitDx=0;exitDy=0;entryX=0.525;entryY=0.969;entryDx=0;entryDy=0;entryPerimeter=0;" edge="1" parent="1" source="52" target="17">
+                 <mxCell id="78" value="" style="endArrow=block;dashed=1;endFill=0;endSize=12;html=1;exitX=0.25;exitY=0;exitDx=0;exitDy=0;entryX=0.525;entryY=0.969;entryDx=0;entryDy=0;entryPerimeter=0;" parent="1" source="52" target="17" edge="1">
                    <mxGeometry width="160" relative="1" as="geometry">
                        <mxPoint x="330" y="190" as="sourcePoint"/>
                        <mxPoint x="490" y="190" as="targetPoint"/>
                    </mxGeometry>
                </mxCell>
-                 <mxCell id="80" value="" style="endArrow=open;endFill=1;endSize=12;html=1;exitX=0.994;exitY=-0.062;exitDx=0;exitDy=0;exitPerimeter=0;entryX=-0.005;entryY=0.079;entryDx=0;entryDy=0;entryPerimeter=0;" edge="1" parent="1" source="31" target="52">
+                 <mxCell id="80" value="" style="endArrow=open;endFill=1;endSize=12;html=1;exitX=0.994;exitY=-0.062;exitDx=0;exitDy=0;exitPerimeter=0;entryX=-0.005;entryY=0.079;entryDx=0;entryDy=0;entryPerimeter=0;" parent="1" source="31" target="52" edge="1">
                    <mxGeometry width="160" relative="1" as="geometry">
                        <mxPoint x="330" y="190" as="sourcePoint"/>
                        <mxPoint x="490" y="190" as="targetPoint"/>
                    </mxGeometry>
                </mxCell>
-                 <mxCell id="81" value="1..m" style="text;strokeColor=none;align=center;fillColor=none;html=1;verticalAlign=middle;whiteSpace=wrap;rounded=0;" vertex="1" parent="1">
+                 <mxCell id="81" value="1..m" style="text;strokeColor=none;align=center;fillColor=none;html=1;verticalAlign=middle;whiteSpace=wrap;rounded=0;" parent="1" vertex="1">
                    <mxGeometry x="180" y="110" width="35" height="20" as="geometry"/>
                </mxCell>
            </root>
        </mxGraphModel>
    </diagram>
</mxfile>